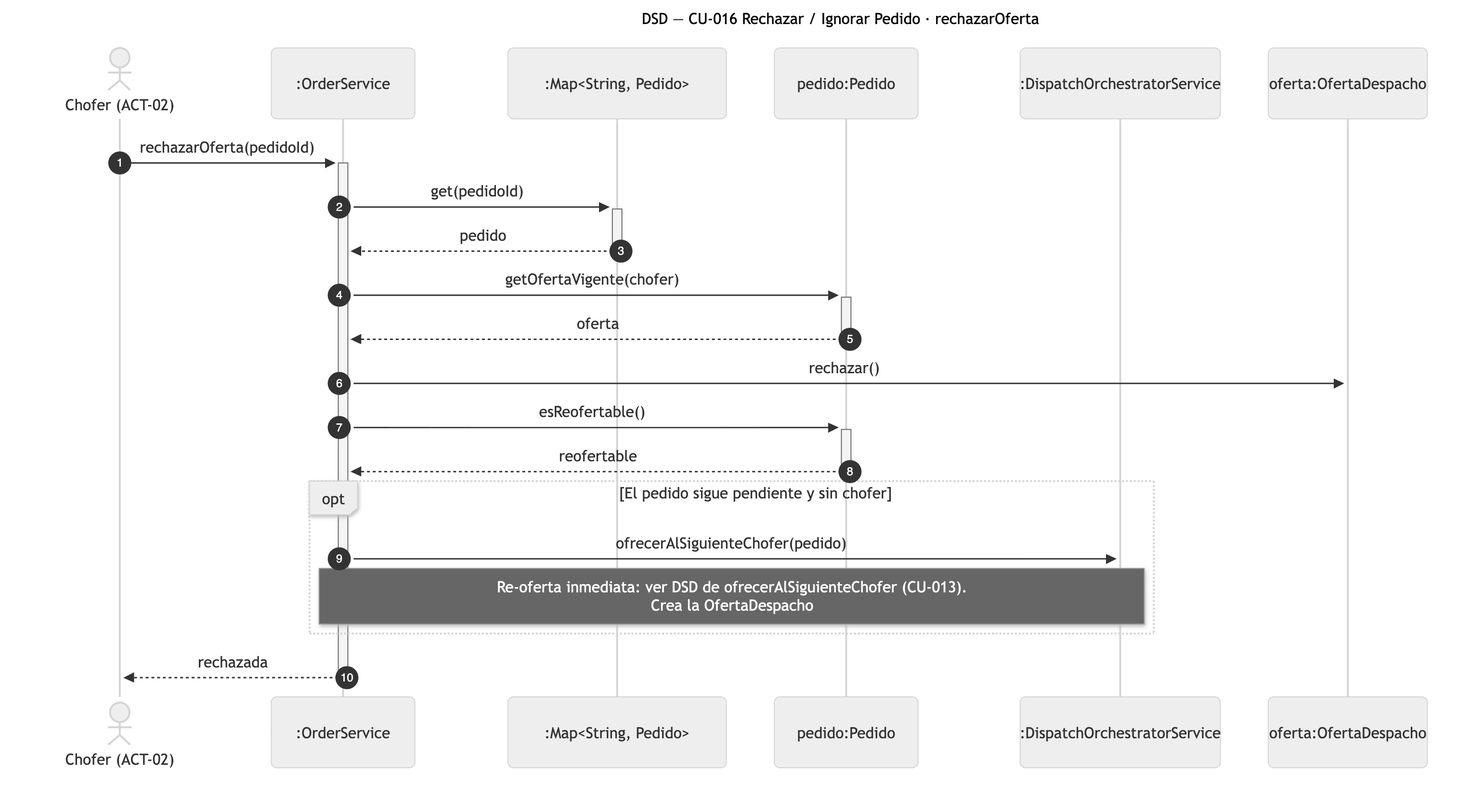
Above: diagramas/png/DSD_CU-016_rechazarOferta.png in Nahuelito-Dev/splg-docs (Mermaid), before the change. Its source is kept beside it as diagramas/DSD_CU-016_rechazarOferta.mmd.
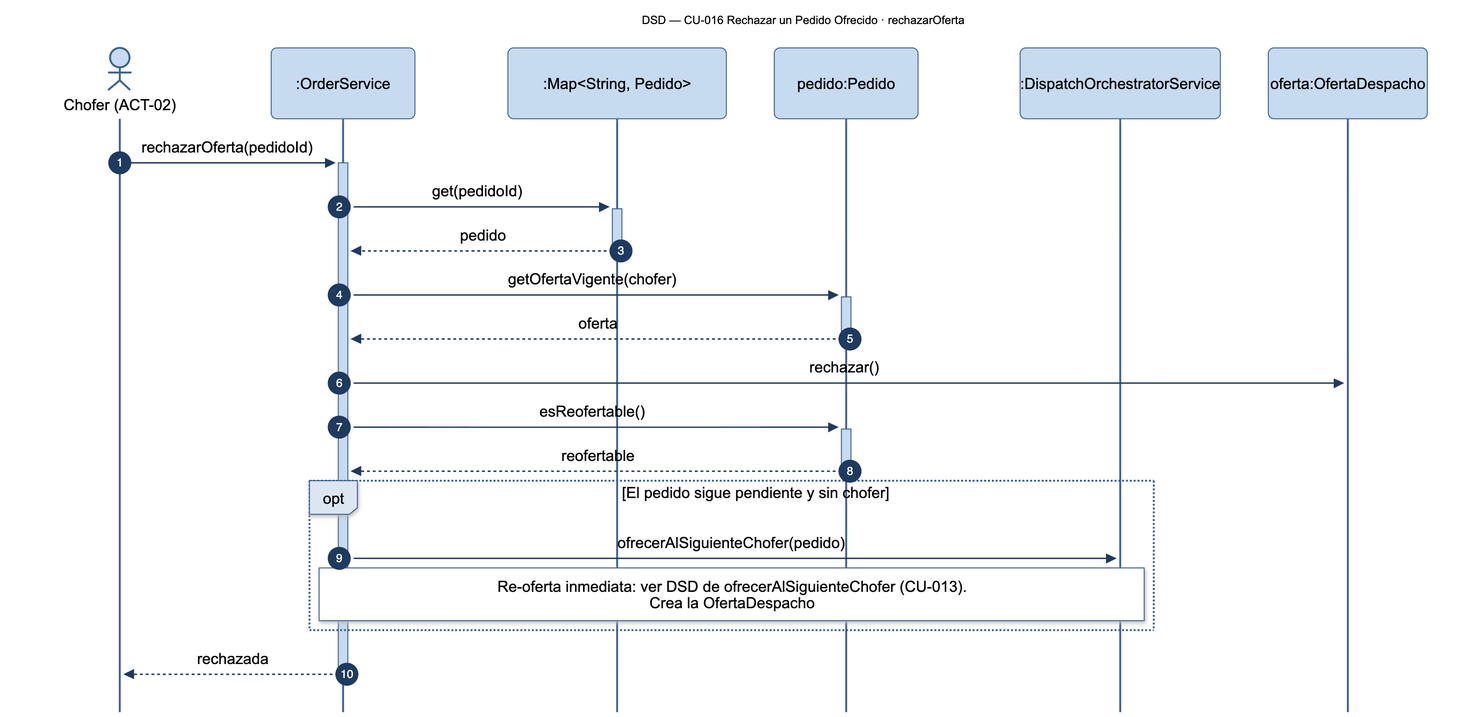
Later version of the same file.

The edit, as a diff of the source:
```diff
@@ -1,5 +1,5 @@
 sequenceDiagram
-    title DSD — CU-016 Rechazar / Ignorar Pedido · rechazarOferta
+    title DSD — CU-016 Rechazar un Pedido Ofrecido · rechazarOferta
     autonumber
     actor CHF as Chofer (ACT-02)
     participant SRV as :OrderService
```
